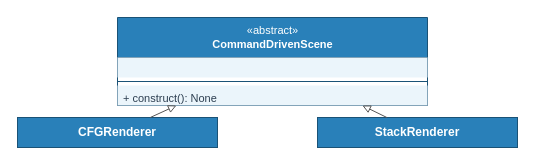
Earlier version of the draw.io diagram page "04d Render-Layer Types" (5 of 5) of images/architecture/04_data_model/04_data_model.drawio (ahmedzubair16dec/LLVManim). Source tidied: cells renumbered, new cells numbered last; positions are measured from the earlier drawing's top-left corner, leaving out a move shared by most shapes. Both pictures are drawn from the tidied source at 100%, with x=0, y=0 at pixel (17, 17).
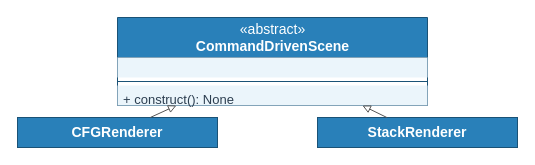
The same page after the edit.

Diff of the diagram source:
```diff
@@
 <mxGraphModel>
   <root>
     <mxCell id="0" />
     <mxCell id="1" parent="0" />
-    <mxCell id="2" value="«abstract»&lt;br&gt;&lt;b&gt;CommandDrivenScene&lt;/b&gt;" style="swimlane;fontStyle=0;align=center;startSize=40;fillColor=#2980b9;swimlaneLine=1;html=1;strokeColor=#1a5276;fontColor=#FFFFFF;fontFamily=Helvetica;fontSize=11;rounded=0;" parent="1" vertex="1">
+    <mxCell id="2" value="«abstract»&lt;br&gt;&lt;b&gt;CommandDrivenScene&lt;/b&gt;" style="swimlane;fontStyle=0;align=center;startSize=40;fillColor=#2980b9;swimlaneLine=1;html=1;strokeColor=#1a5276;fontColor=#FFFFFF;fontFamily=Helvetica;fontSize=14;rounded=0;" parent="1" vertex="1">
       <mxGeometry x="100" width="310" height="88" as="geometry" />
     </mxCell>
-    <mxCell id="3" style="text;fillColor=#ebf5fb;strokeColor=none;align=left;verticalAlign=top;spacingLeft=4;spacingRight=4;overflow=hidden;fontFamily=Helvetica;fontSize=11;fontColor=#2c3e50;" parent="2" vertex="1">
+    <mxCell id="3" style="text;fillColor=#ebf5fb;strokeColor=none;align=left;verticalAlign=top;spacingLeft=4;spacingRight=4;overflow=hidden;fontFamily=Helvetica;fontSize=13;fontColor=#2c3e50;" parent="2" vertex="1">
       <mxGeometry y="40" width="310" height="20" as="geometry" />
     </mxCell>
     <mxCell id="4" style="line;strokeWidth=1;fillColor=none;align=left;verticalAlign=middle;spacingTop=-1;spacingLeft=3;spacingRight=10;labelPosition=left;strokeColor=inherit;" parent="2" vertex="1">
       <mxGeometry y="60" width="310" height="8" as="geometry" />
     </mxCell>
-    <mxCell id="5" value="+ construct(): None" style="text;fillColor=#ebf5fb;strokeColor=none;align=left;verticalAlign=top;spacingLeft=4;spacingRight=4;overflow=hidden;fontFamily=Helvetica;fontSize=11;fontColor=#2c3e50;" parent="2" vertex="1">
+    <mxCell id="5" value="+ construct(): None" style="text;fillColor=#ebf5fb;strokeColor=none;align=left;verticalAlign=top;spacingLeft=4;spacingRight=4;overflow=hidden;fontFamily=Helvetica;fontSize=13;fontColor=#2c3e50;" parent="2" vertex="1">
       <mxGeometry y="68" width="310" height="20" as="geometry" />
     </mxCell>
-    <mxCell id="6" value="&lt;b&gt;CFGRenderer&lt;/b&gt;" style="rounded=0;align=center;verticalAlign=middle;whiteSpace=wrap;html=1;fillColor=#2980b9;fontColor=#FFFFFF;strokeColor=#1a5276;fontStyle=0;fontFamily=Helvetica;fontSize=12;" parent="1" vertex="1">
+    <mxCell id="6" value="&lt;b&gt;CFGRenderer&lt;/b&gt;" style="rounded=0;align=center;verticalAlign=middle;whiteSpace=wrap;html=1;fillColor=#2980b9;fontColor=#FFFFFF;strokeColor=#1a5276;fontStyle=0;fontFamily=Helvetica;fontSize=14;" parent="1" vertex="1">
       <mxGeometry y="100" width="200" height="30" as="geometry" />
     </mxCell>
-    <mxCell id="7" value="&lt;b&gt;StackRenderer&lt;/b&gt;" style="rounded=0;align=center;verticalAlign=middle;whiteSpace=wrap;html=1;fillColor=#2980b9;fontColor=#FFFFFF;strokeColor=#1a5276;fontStyle=0;fontFamily=Helvetica;fontSize=12;" parent="1" vertex="1">
+    <mxCell id="7" value="&lt;b&gt;StackRenderer&lt;/b&gt;" style="rounded=0;align=center;verticalAlign=middle;whiteSpace=wrap;html=1;fillColor=#2980b9;fontColor=#FFFFFF;strokeColor=#1a5276;fontStyle=0;fontFamily=Helvetica;fontSize=14;" parent="1" vertex="1">
       <mxGeometry x="300" y="100" width="200" height="30" as="geometry" />
     </mxCell>
-    <mxCell id="8" style="endArrow=block;endFill=0;startArrow=none;strokeColor=#555555;fontSize=10;fontFamily=Helvetica;fontColor=#555555;" parent="1" edge="1" source="6" target="2">
+    <mxCell id="8" style="endArrow=block;endFill=0;startArrow=none;strokeColor=#555555;fontSize=12;fontFamily=Helvetica;fontColor=#555555;" parent="1" edge="1" source="6" target="2">
       <mxGeometry relative="1" as="geometry" />
     </mxCell>
-    <mxCell id="9" style="endArrow=block;endFill=0;startArrow=none;strokeColor=#555555;fontSize=10;fontFamily=Helvetica;fontColor=#555555;" parent="1" edge="1" source="7" target="2">
+    <mxCell id="9" style="endArrow=block;endFill=0;startArrow=none;strokeColor=#555555;fontSize=12;fontFamily=Helvetica;fontColor=#555555;" parent="1" edge="1" source="7" target="2">
       <mxGeometry relative="1" as="geometry" />
     </mxCell>
   </root>
 </mxGraphModel>
```
